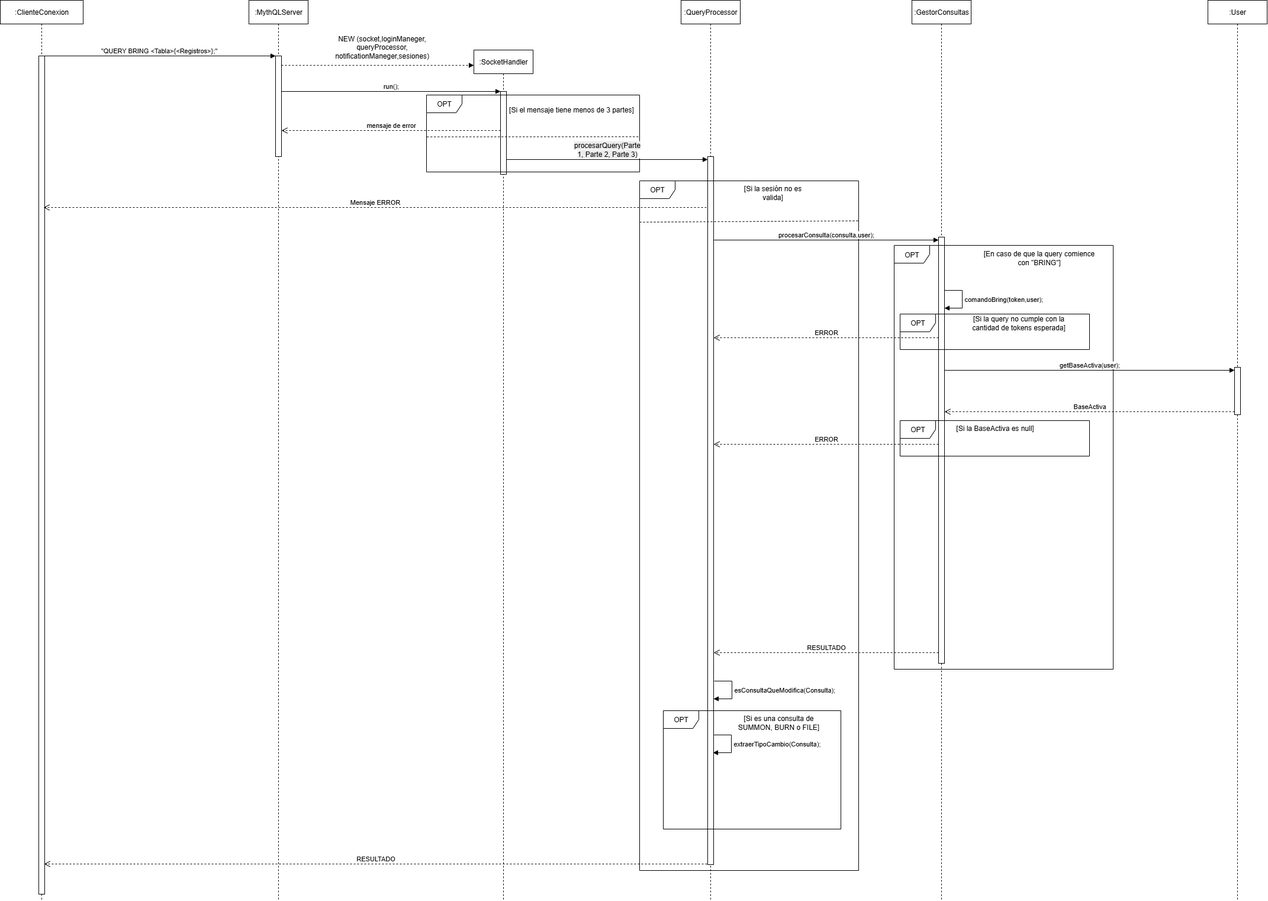
Before: Documentacion/VS_SeleccionarRegistros.png, a diagram exported from draw.io (FrancoC519/MythQL). Source tidied: cells renumbered, new cells last; positions are measured from the earlier drawing's top-left corner, leaving out a move shared by most shapes.
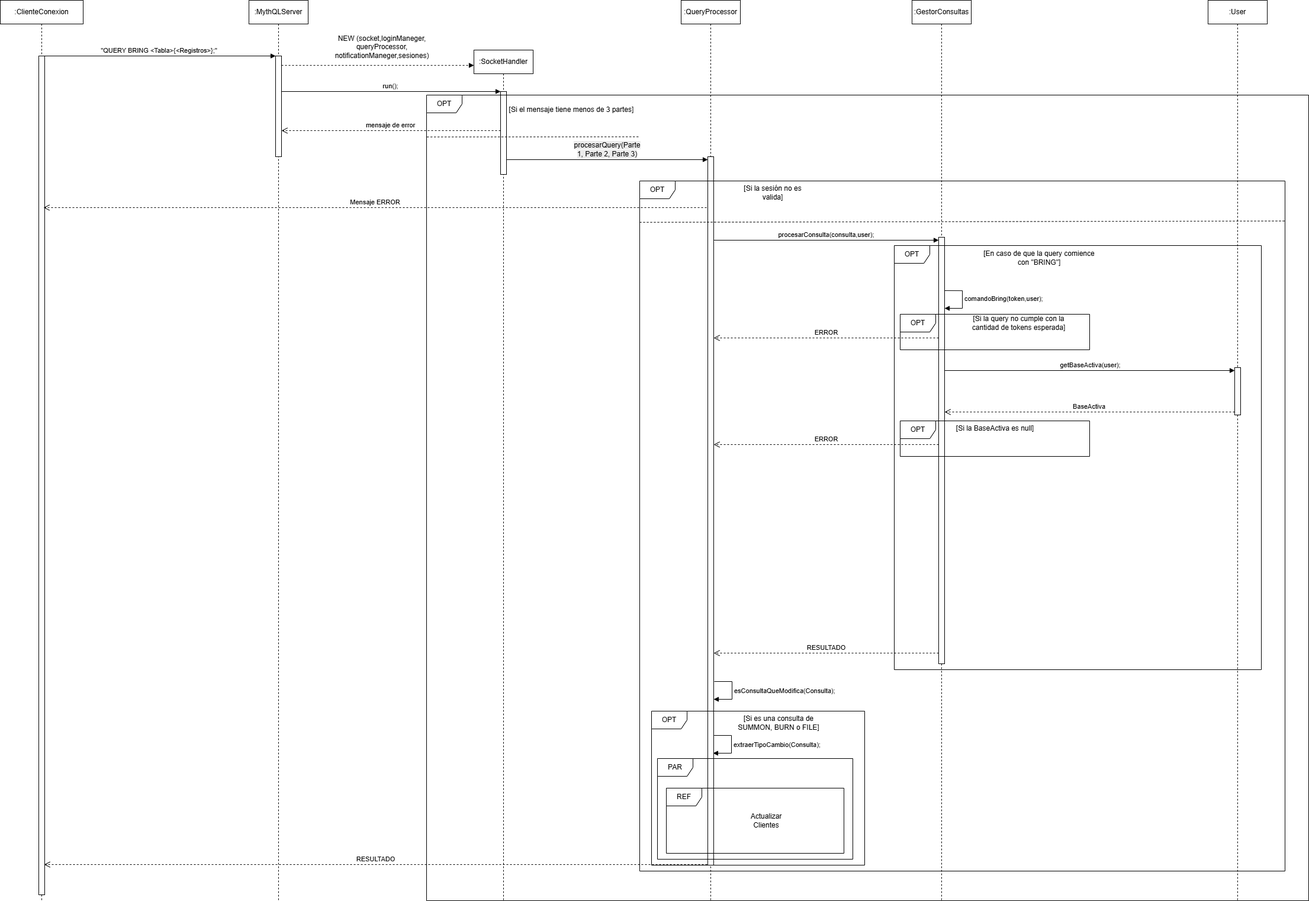
After the commit.

Change to the diagram source:
```diff
@@ -51,7 +51,7 @@
       </mxGeometry>
     </mxCell>
     <mxCell id="15" value="OPT" style="shape=umlFrame;whiteSpace=wrap;html=1;" parent="1" vertex="1">
-      <mxGeometry x="720" y="160" width="360" height="130" as="geometry" />
+      <mxGeometry x="720" y="160" width="1490" height="1360" as="geometry" />
     </mxCell>
     <mxCell id="16" style="endArrow=none;dashed=1;html=1;rounded=0;exitX=0.002;exitY=0.613;exitDx=0;exitDy=0;exitPerimeter=0;entryX=0.997;entryY=0.611;entryDx=0;entryDy=0;entryPerimeter=0;" parent="1" edge="1">
       <mxGeometry relative="1" as="geometry">
@@ -66,7 +66,7 @@
       <mxGeometry x="850" y="170" width="230" height="30" as="geometry" />
     </mxCell>
     <mxCell id="19" value="OPT" style="shape=umlFrame;whiteSpace=wrap;html=1;" parent="1" vertex="1">
-      <mxGeometry x="1080" y="305" width="370" height="1165" as="geometry" />
+      <mxGeometry x="1080" y="305" width="1090" height="1165" as="geometry" />
     </mxCell>
     <mxCell id="20" value="[Si la sesión no es valida]" style="text;html=1;whiteSpace=wrap;strokeColor=none;fillColor=none;align=center;verticalAlign=middle;rounded=0;" parent="1" vertex="1">
       <mxGeometry x="1240" y="310" width="130" height="30" as="geometry" />
@@ -108,7 +108,7 @@
       </mxGeometry>
     </mxCell>
     <mxCell id="28" value="OPT" style="shape=umlFrame;whiteSpace=wrap;html=1;" parent="1" vertex="1">
-      <mxGeometry x="1510" y="414" width="370" height="716" as="geometry" />
+      <mxGeometry x="1510" y="414" width="620" height="716" as="geometry" />
     </mxCell>
     <mxCell id="29" value="[En caso de que la query comience con &quot;BRING&quot;]" style="text;html=1;whiteSpace=wrap;strokeColor=none;fillColor=none;align=center;verticalAlign=middle;rounded=0;" parent="1" vertex="1">
       <mxGeometry x="1650" y="420" width="210" height="30" as="geometry" />
@@ -129,7 +129,7 @@
       </mxGeometry>
     </mxCell>
     <mxCell id="32" value="OPT" style="shape=umlFrame;whiteSpace=wrap;html=1;" parent="1" vertex="1">
-      <mxGeometry x="1120" y="1200" width="300" height="200" as="geometry" />
+      <mxGeometry x="1100" y="1200" width="360" height="260" as="geometry" />
     </mxCell>
     <mxCell id="33" value="[Si es una consulta de SUMMON, BURN o FILE]" style="text;html=1;whiteSpace=wrap;strokeColor=none;fillColor=none;align=center;verticalAlign=middle;rounded=0;" parent="1" vertex="1">
       <mxGeometry x="1240" y="1190" width="150" height="60" as="geometry" />
@@ -183,5 +183,14 @@
     <mxCell id="45" value="[Si la BaseActiva es null]" style="text;html=1;align=center;verticalAlign=middle;strokeColor=none;fillColor=none;" parent="1" vertex="1">
       <mxGeometry x="1605" y="708" width="150" height="30" as="geometry" />
     </mxCell>
+    <mxCell id="46" value="PAR" style="shape=umlFrame;whiteSpace=wrap;html=1;" parent="1" vertex="1">
+      <mxGeometry x="1110" y="1280" width="330" height="170" as="geometry" />
+    </mxCell>
+    <mxCell id="47" value="REF" style="shape=umlFrame;whiteSpace=wrap;html=1;" parent="1" vertex="1">
+      <mxGeometry x="1125" y="1330" width="300" height="110" as="geometry" />
+    </mxCell>
+    <mxCell id="48" value="Actualizar Clientes" style="text;html=1;whiteSpace=wrap;strokeColor=none;fillColor=none;align=center;verticalAlign=middle;rounded=0;" parent="1" vertex="1">
+      <mxGeometry x="1264" y="1370" width="60" height="30" as="geometry" />
+    </mxCell>
   </root>
 </mxGraphModel>
```
